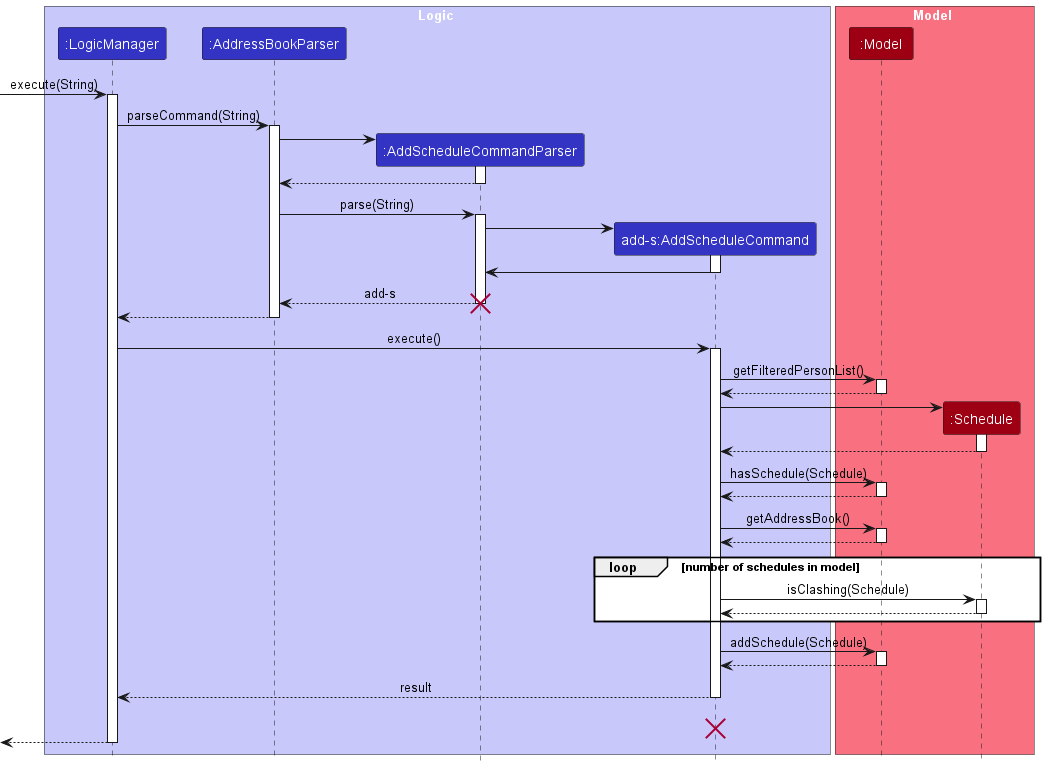
nus-cs2103-AY2324S1/tp keeps this PlantUML diagram as docs/images/AddScheduleSequenceDiagram.png. Above is the earlier version.
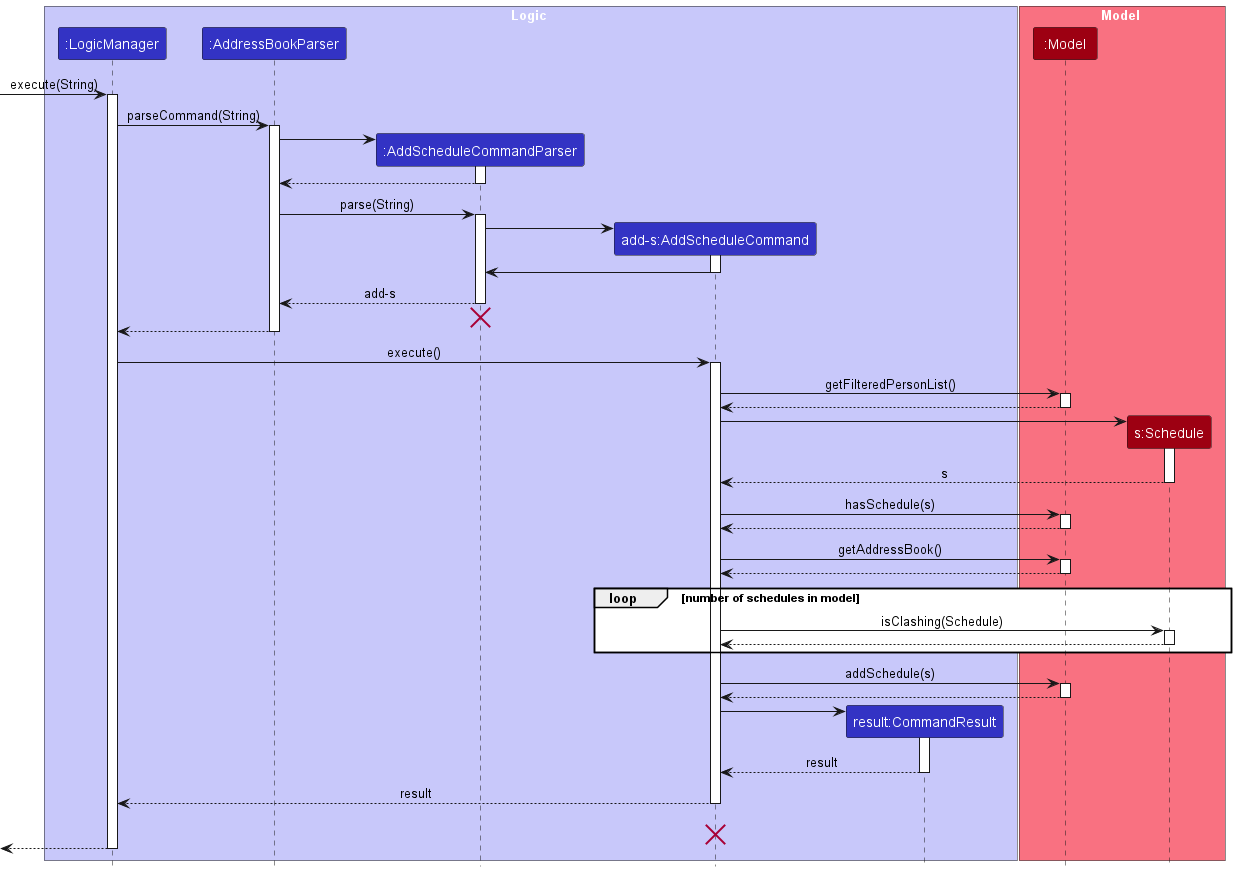
The same diagram one commit later.

What changed in the source:
```diff
@@ -7,12 +7,13 @@
 participant ":AddressBookParser" as AddressBookParser LOGIC_COLOR
 participant ":AddScheduleCommandParser" as AddScheduleCommandParser LOGIC_COLOR
 participant "add-s:AddScheduleCommand" as AddScheduleCommand LOGIC_COLOR
+participant "result:CommandResult" as CommandResult LOGIC_COLOR
 
 end box
 
 box Model MODEL_COLOR_T1
 participant ":Model" as Model MODEL_COLOR
-participant ":Schedule" as Schedule MODEL_COLOR
+participant "s:Schedule" as Schedule MODEL_COLOR
 end box
 [-> LogicManager : execute(String)
 activate LogicManager
@@ -40,6 +41,8 @@
 
 
 AddScheduleCommandParser --> AddressBookParser : add-s
+deactivate AddScheduleCommandParser
+AddScheduleCommandParser -[hidden]-> AddressBookParser
 destroy AddScheduleCommandParser
 
 AddressBookParser --> LogicManager
@@ -59,10 +62,10 @@
 AddScheduleCommand -> Schedule
 activate Schedule
 
-Schedule --> AddScheduleCommand
+Schedule --> AddScheduleCommand : s
 deactivate Schedule
 
-AddScheduleCommand -> Model : hasSchedule(Schedule)
+AddScheduleCommand -> Model : hasSchedule(s)
 activate Model
 
 Model --> AddScheduleCommand
@@ -81,11 +84,18 @@
     deactivate Schedule
 end
 
-AddScheduleCommand -> Model : addSchedule(Schedule)
+AddScheduleCommand -> Model : addSchedule(s)
 activate Model
 
 Model --> AddScheduleCommand
 deactivate Model
+
+create CommandResult
+AddScheduleCommand -> CommandResult
+activate CommandResult
+
+CommandResult --> AddScheduleCommand : result
+deactivate CommandResult
 
 AddScheduleCommand --> LogicManager : result
 deactivate AddScheduleCommand
```
